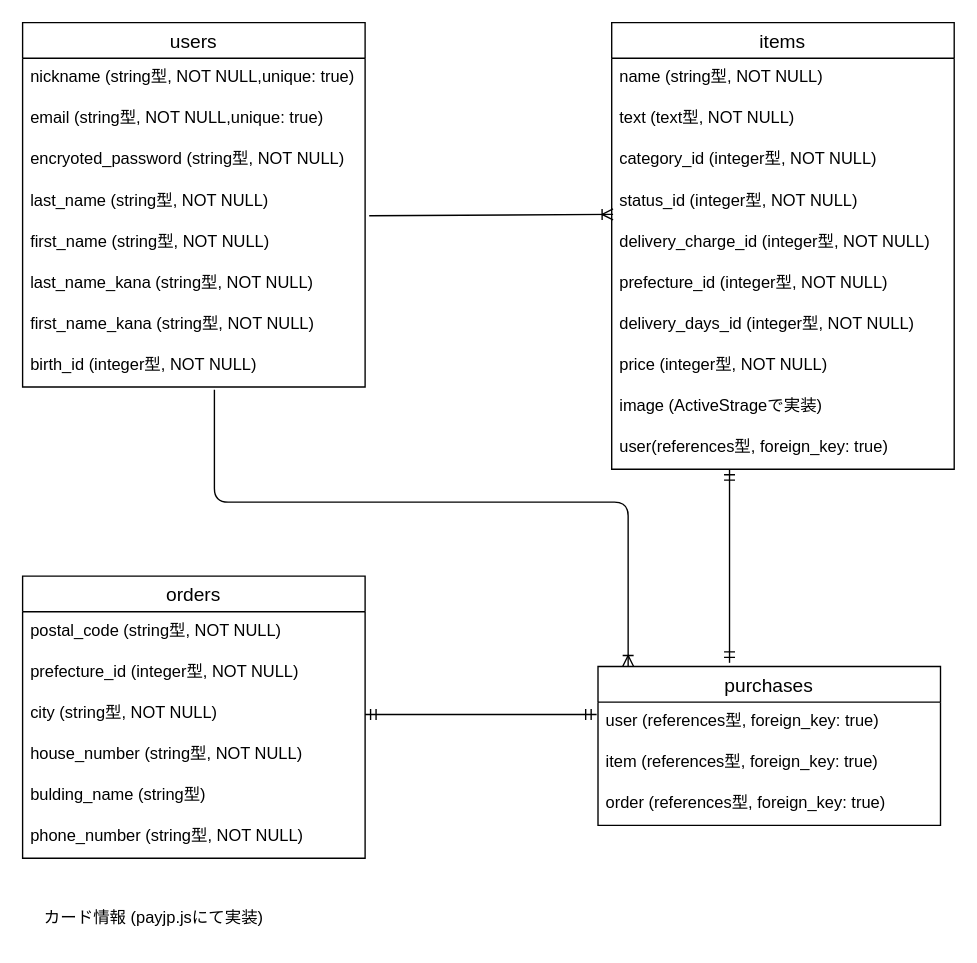
Above: furimaER.dio in Harano0512/furima-35536 (draw.io), before the change. Source tidied: cells renumbered, new cells numbered last; positions are measured from the earlier drawing's top-left corner, leaving out a move shared by most shapes. Both pictures are drawn from the tidied source at 137%, with x=0, y=0 at pixel (22, 22).
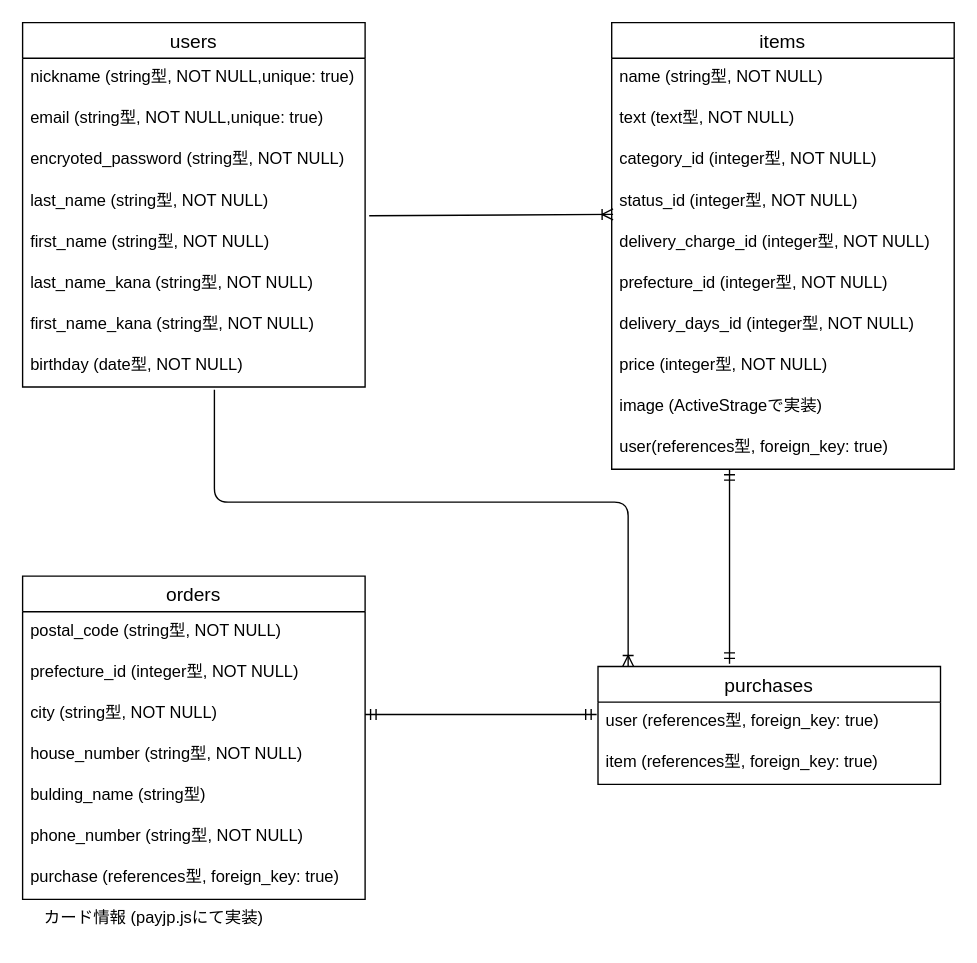
The same diagram, later.

Commit message (it also covers changes not shown here):
ER図・README修正

Unchanged cells that the change refers to:
```xml
<mxCell id="2" value="users" style="swimlane;fontStyle=0;horizontal=1;startSize=26;align=center;fontSize=14;" parent="1" vertex="1">
  <mxGeometry width="250" height="266" as="geometry" />
</mxCell>
```

The edit, as a diff of the source:
```diff
@@
-    <mxCell id="10" value="birth_id (integer型, NOT NULL)" style="text;strokeColor=none;fillColor=none;spacingLeft=4;spacingRight=4;overflow=hidden;fontSize=12;" parent="2" vertex="1">
+    <mxCell id="10" value="birthday (date型, NOT NULL)" style="text;strokeColor=none;fillColor=none;spacingLeft=4;spacingRight=4;overflow=hidden;fontSize=12;" parent="2" vertex="1">
       <mxGeometry y="236" width="250" height="30" as="geometry" />
     </mxCell>
@@
     <mxCell id="22" value="orders" style="swimlane;fontStyle=0;horizontal=1;startSize=26;align=center;fontSize=14;" parent="1" vertex="1">
-      <mxGeometry y="404" width="250" height="206" as="geometry" />
+      <mxGeometry y="404" width="250" height="236" as="geometry" />
     </mxCell>
@@
+    <mxCell id="36" value="purchase (references型, foreign_key: true)" style="text;strokeColor=none;fillColor=none;spacingLeft=4;spacingRight=4;overflow=hidden;fontSize=12;" parent="22" vertex="1">
+      <mxGeometry y="206" width="250" height="30" as="geometry" />
+    </mxCell>
@@
     <mxCell id="33" value="purchases" style="swimlane;fontStyle=0;horizontal=1;startSize=26;align=center;fontSize=14;" parent="1" vertex="1">
-      <mxGeometry x="420" y="470" width="250" height="116" as="geometry" />
+      <mxGeometry x="420" y="470" width="250" height="86" as="geometry" />
     </mxCell>
@@
-    <mxCell id="36" value="order (references型, foreign_key: true)" style="text;strokeColor=none;fillColor=none;spacingLeft=4;spacingRight=4;overflow=hidden;fontSize=12;" parent="33" vertex="1">
-      <mxGeometry y="86" width="250" height="30" as="geometry" />
-    </mxCell>
```
